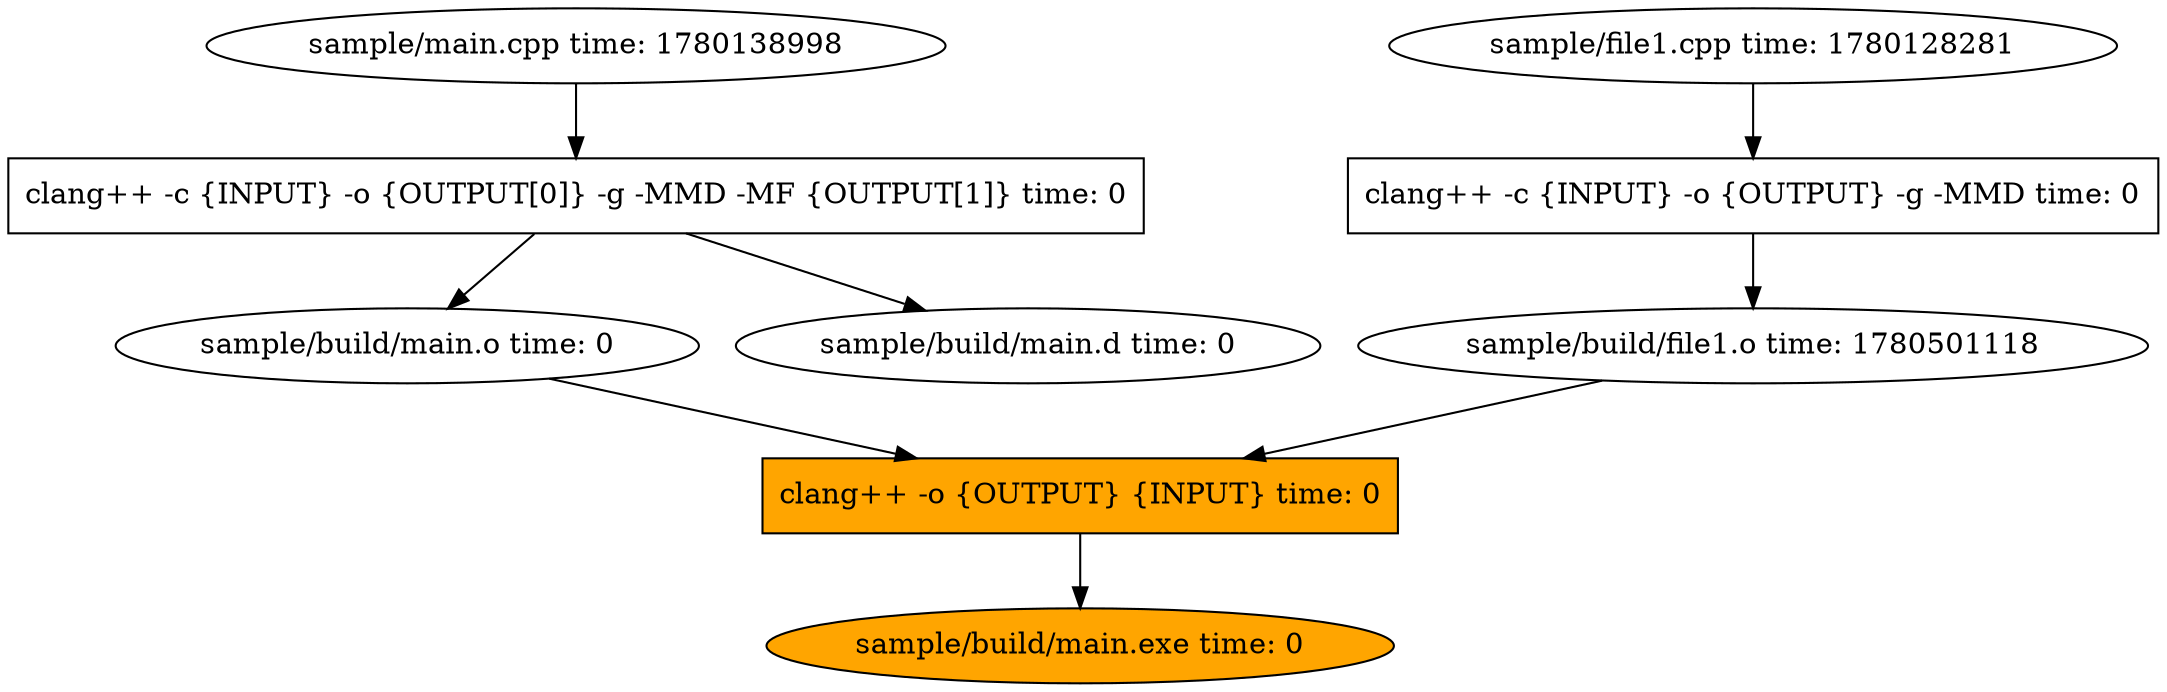
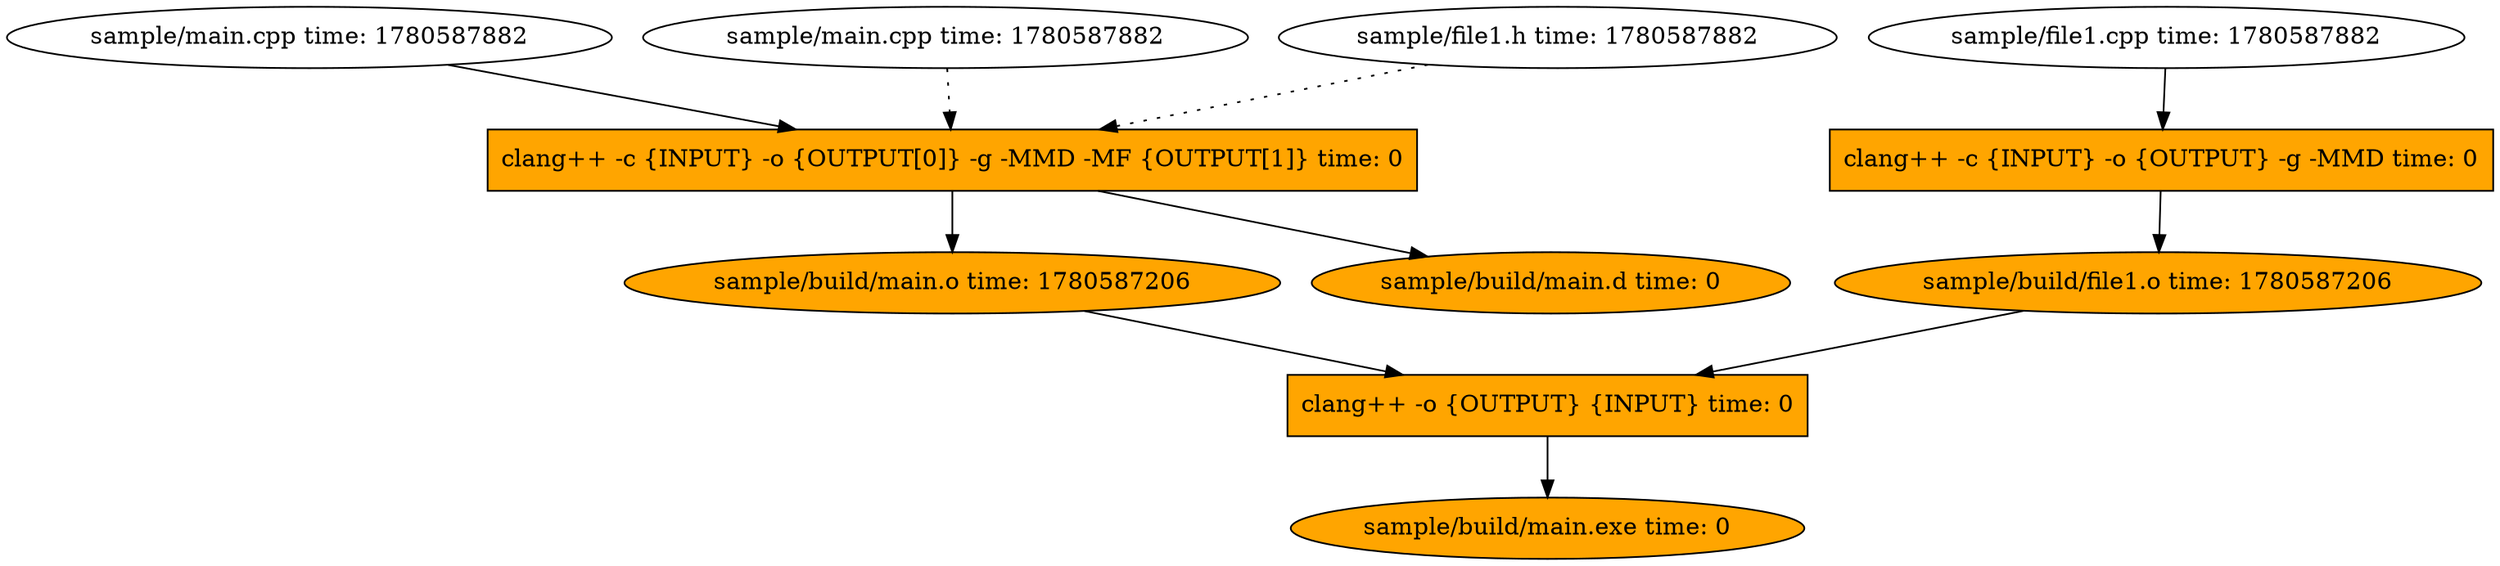
strict digraph G {
- x0x5ba4e2a27220 [label="sample/main.cpp time: 1780138998", shape=ellipse]
- x0x5ba4e2a27220 -> x0x5ba4e2a27400
- x0x5ba4e2a27400 [label="clang++ -c {INPUT} -o {OUTPUT[0]} -g -MMD -MF {OUTPUT[1]} time: 0", shape=box]
- x0x5ba4e2a27400 -> x0x5ba4e2a272c0
- x0x5ba4e2a272c0 [label="sample/build/main.o time: 0", shape=ellipse]
- x0x5ba4e2a27400 -> x0x5ba4e2a27360
- x0x5ba4e2a27360 [label="sample/build/main.d time: 0", shape=ellipse]
- x0x5ba4e2a272c0 [label="sample/build/main.o time: 0", shape=ellipse]
- x0x5ba4e2a272c0 -> x0x5ba4e2a27720
- x0x5ba4e2a274a0 [label="sample/file1.cpp time: 1780128281", shape=ellipse]
- x0x5ba4e2a274a0 -> x0x5ba4e2a275e0
- x0x5ba4e2a275e0 [label="clang++ -c {INPUT} -o {OUTPUT} -g -MMD time: 0", shape=box]
- x0x5ba4e2a275e0 -> x0x5ba4e2a27540
- x0x5ba4e2a27540 [label="sample/build/file1.o time: 0", shape=ellipse]
- x0x5ba4e2a27540 [label="sample/build/file1.o time: 1780501118", shape=ellipse]
- x0x5ba4e2a27540 -> x0x5ba4e2a27720
- x0x5ba4e2a27720 [label="clang++ -o {OUTPUT} {INPUT} time: 0", shape=box, style=filled, fillcolor=orange]
- x0x5ba4e2a27720 -> x0x5ba4e2a27680
- x0x5ba4e2a27680 [label="sample/build/main.exe time: 0", shape=ellipse, style=filled, fillcolor=orange]
- x0x5ba4e2a27680 [label="sample/build/main.exe time: 0", shape=ellipse, style=filled, fillcolor=orange]
+ x0x64d24063a230 [label="sample/main.cpp time: 1780587882", shape=ellipse]
+ x0x64d24063a230 -> x0x64d24063a428
+ x0x64d24063a0e0 [label="sample/main.cpp time: 1780587882", shape=ellipse]
+ x0x64d24063a0e0 -> x0x64d24063a428 [style=dotted]
+ x0x64d24063a188 [label="sample/file1.h time: 1780587882", shape=ellipse]
+ x0x64d24063a188 -> x0x64d24063a428 [style=dotted]
+ x0x64d24063a428 [label="clang++ -c {INPUT} -o {OUTPUT[0]} -g -MMD -MF {OUTPUT[1]} time: 0", shape=box, style=filled, fillcolor=orange]
+ x0x64d24063a428 -> x0x64d24063a2d8
+ x0x64d24063a2d8 [label="sample/build/main.o time: 0", shape=ellipse, style=filled, fillcolor=orange]
+ x0x64d24063a428 -> x0x64d24063a380
+ x0x64d24063a380 [label="sample/build/main.d time: 0", shape=ellipse, style=filled, fillcolor=orange]
+ x0x64d24063a2d8 [label="sample/build/main.o time: 1780587206", shape=ellipse, style=filled, fillcolor=orange]
+ x0x64d24063a2d8 -> x0x64d24063a770
+ x0x64d24063a4d0 [label="sample/file1.cpp time: 1780587882", shape=ellipse]
+ x0x64d24063a4d0 -> x0x64d24063a620
+ x0x64d24063a620 [label="clang++ -c {INPUT} -o {OUTPUT} -g -MMD time: 0", shape=box, style=filled, fillcolor=orange]
+ x0x64d24063a620 -> x0x64d24063a578
+ x0x64d24063a578 [label="sample/build/file1.o time: 0", shape=ellipse, style=filled, fillcolor=orange]
+ x0x64d24063a578 [label="sample/build/file1.o time: 1780587206", shape=ellipse, style=filled, fillcolor=orange]
+ x0x64d24063a578 -> x0x64d24063a770
+ x0x64d24063a770 [label="clang++ -o {OUTPUT} {INPUT} time: 0", shape=box, style=filled, fillcolor=orange]
+ x0x64d24063a770 -> x0x64d24063a6c8
+ x0x64d24063a6c8 [label="sample/build/main.exe time: 0", shape=ellipse, style=filled, fillcolor=orange]
+ x0x64d24063a6c8 [label="sample/build/main.exe time: 0", shape=ellipse, style=filled, fillcolor=orange]
}
